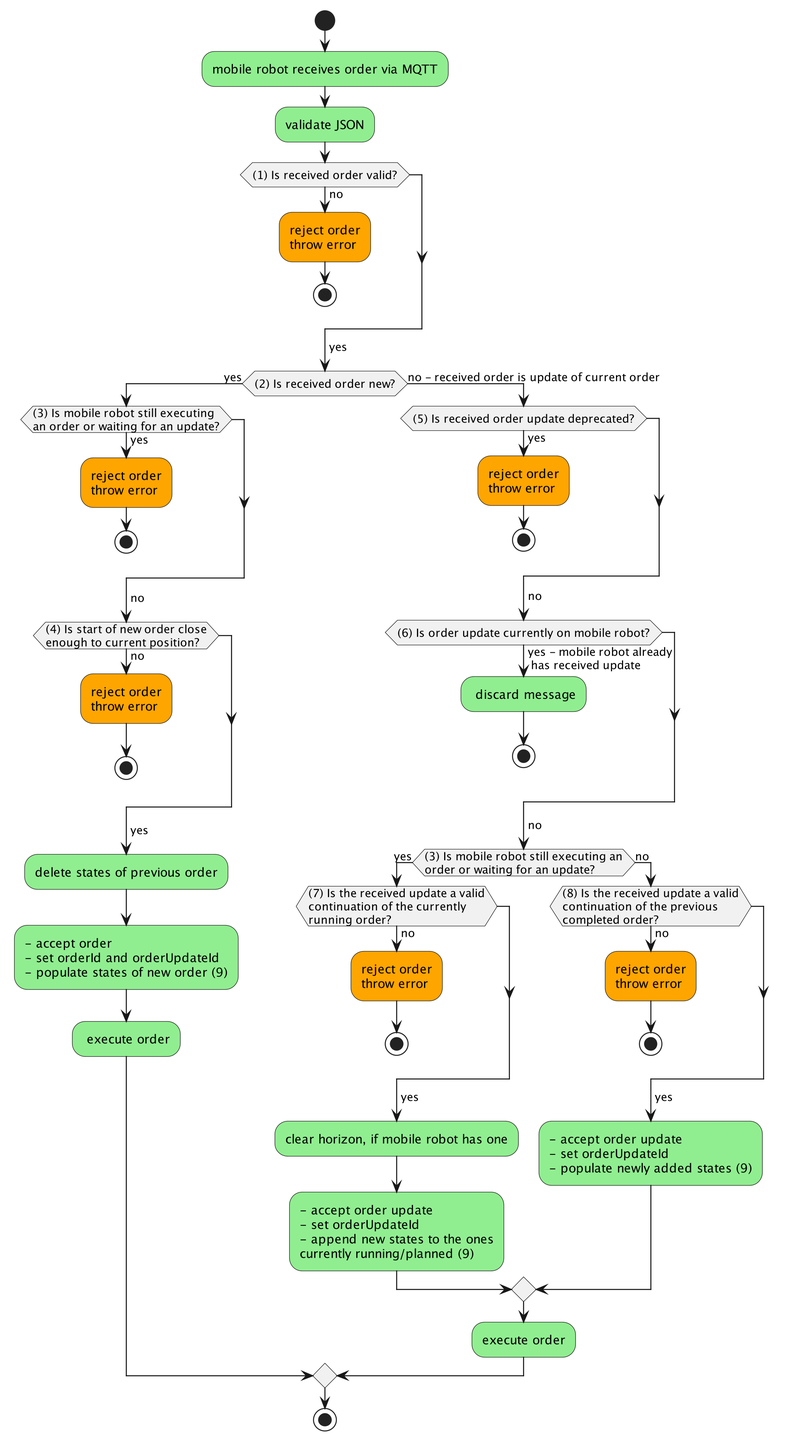
The PlantUML diagram assets/process_order_update.png in VDA5050/VDA5050, before a commit.
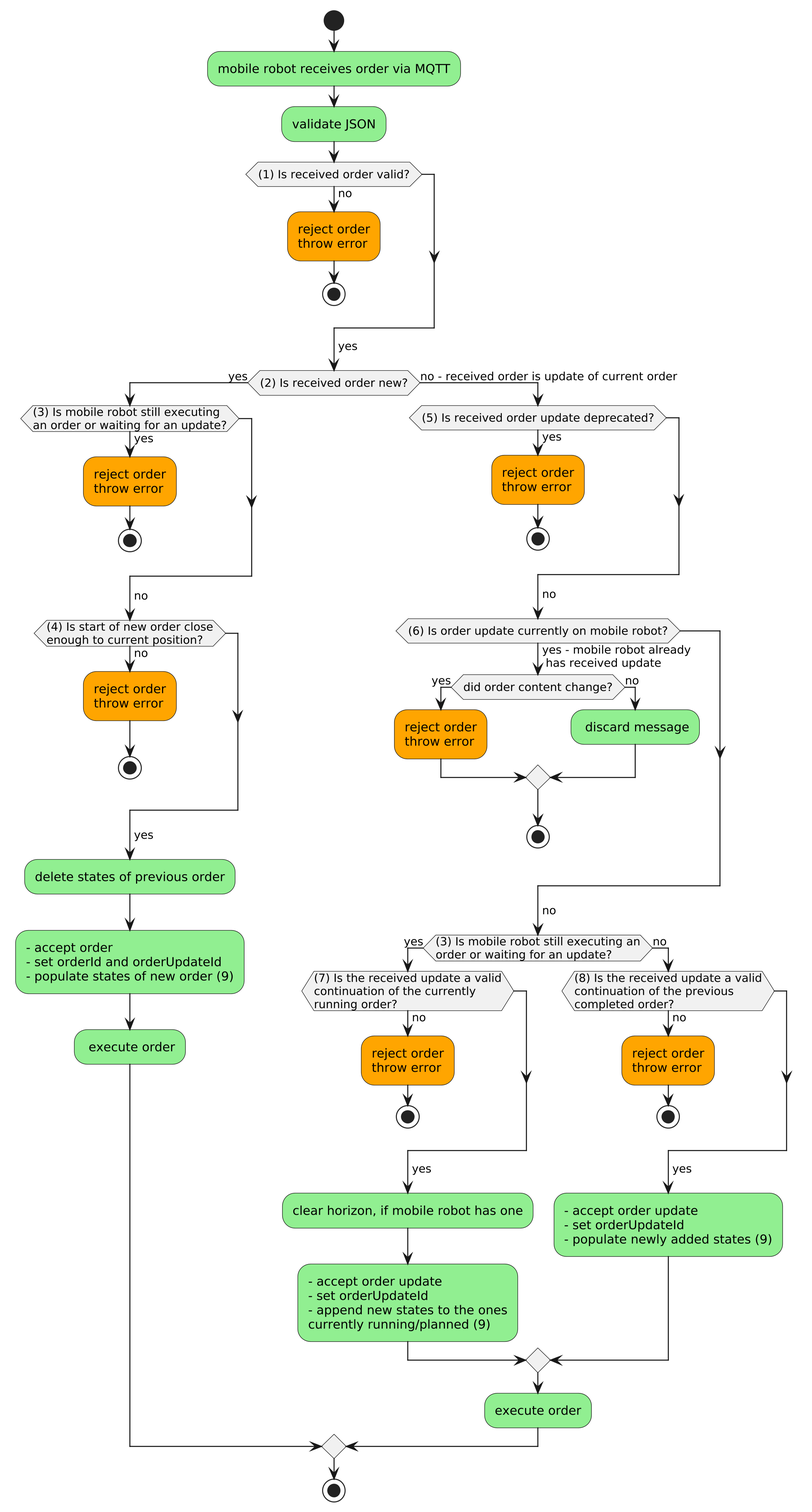
After the commit.

Change to the diagram source:
```diff
@@ -30,7 +30,11 @@
         endif
         ->no;
             if ((6) Is order update currently on mobile robot?) then (yes - mobile robot already\n has received update)
-                #lightgreen: discard message;
+              if (did order content change?) then (yes)
+                    #orange:reject order\nthrow error;
+                else (no)
+                    #lightgreen: discard message;
+                endif
                 stop
             endif
             ->no;
```
